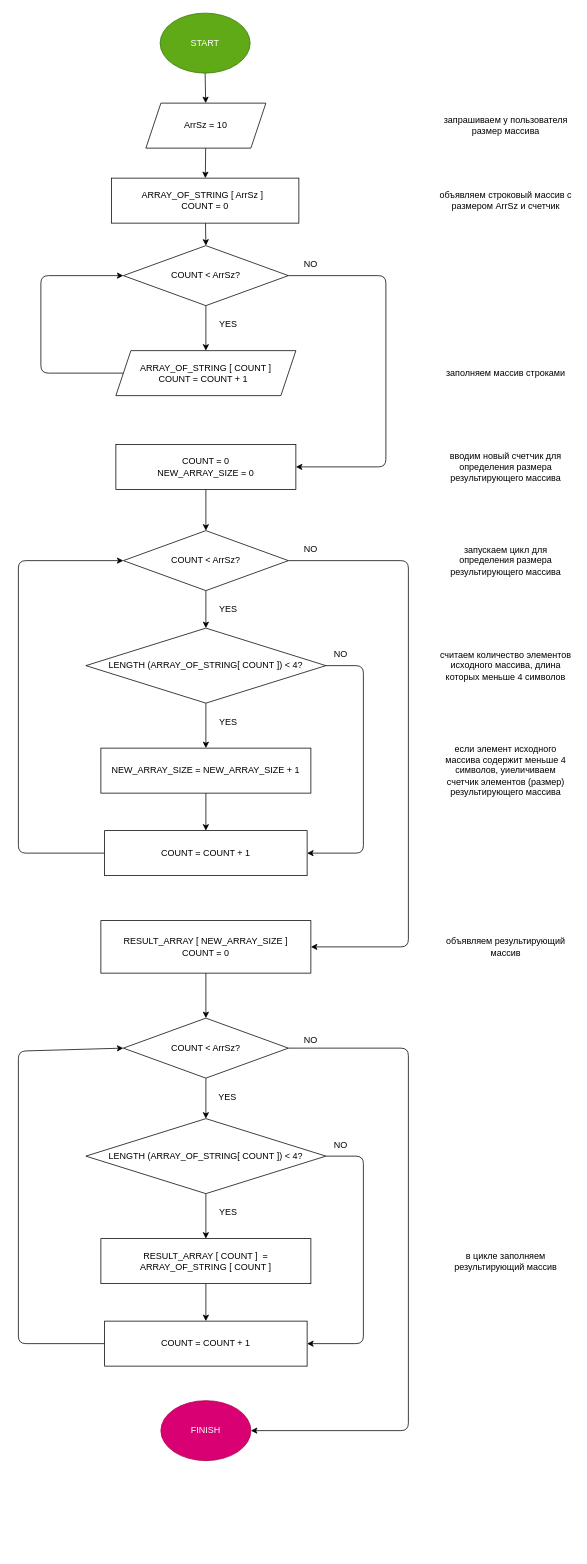
Earlier version of the draw.io diagram FirstBlock/block_schema.drawio (Valentin-V-Marinin/ControlWorks). Source tidied: cells renumbered, new cells numbered last; positions are measured from the earlier drawing's top-left corner, leaving out a move shared by most shapes. Both pictures are drawn from the tidied source at 75%, with x=0, y=0 at pixel (18, 13).
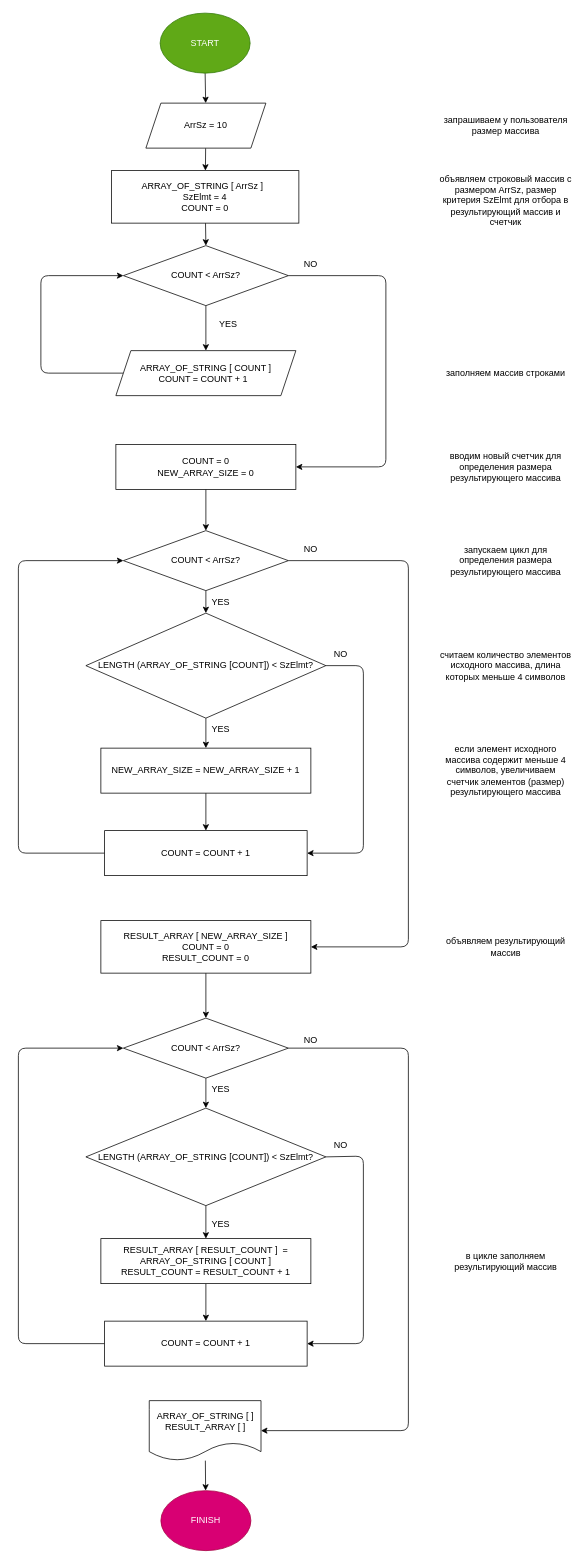
The same diagram, later.

Commit message:
Block_schema replace 'magic digit' by variable SzElmt, include output arrays

The change refers to these unchanged cells:
```xml
<mxCell id="32" value="COUNT &amp;lt; ArrSz?" style="rhombus;whiteSpace=wrap;html=1;" parent="1" vertex="1">
  <mxGeometry x="140" y="1340" width="220" height="80" as="geometry" />
</mxCell>
<mxCell id="39" value="COUNT = COUNT + 1" style="rounded=0;whiteSpace=wrap;html=1;" parent="1" vertex="1">
  <mxGeometry x="115" y="1744" width="270" height="60" as="geometry" />
</mxCell>
```

Change to the diagram source:
```diff
@@
-    <mxCell id="5" value="ARRAY_OF_STRING [ ArrSz&amp;nbsp;]&amp;nbsp;&amp;nbsp;&lt;br&gt;COUNT = 0" style="rounded=0;whiteSpace=wrap;html=1;" parent="1" vertex="1">
-      <mxGeometry x="124" y="220" width="250" height="60" as="geometry" />
+    <mxCell id="5" value="ARRAY_OF_STRING [ ArrSz&amp;nbsp;]&amp;nbsp;&amp;nbsp;&lt;br&gt;SzElmt = 4&lt;br&gt;COUNT = 0" style="rounded=0;whiteSpace=wrap;html=1;" parent="1" vertex="1">
+      <mxGeometry x="124" y="210" width="250" height="70" as="geometry" />
     </mxCell>
@@
-    <mxCell id="19" value="LENGTH (ARRAY_OF_STRING[ COUNT ]) &amp;lt; 4?" style="rhombus;whiteSpace=wrap;html=1;" parent="1" vertex="1">
-      <mxGeometry x="90" y="820" width="320" height="100" as="geometry" />
+    <mxCell id="19" value="LENGTH (ARRAY_OF_STRING [COUNT]) &amp;lt; SzElmt?" style="rhombus;whiteSpace=wrap;html=1;" parent="1" vertex="1">
+      <mxGeometry x="90" y="800" width="320" height="140" as="geometry" />
     </mxCell>
@@
     <mxCell id="24" value="YES" style="text;html=1;strokeColor=none;fillColor=none;align=center;verticalAlign=middle;whiteSpace=wrap;rounded=0;" parent="1" vertex="1">
-      <mxGeometry x="250" y="780" width="60" height="30" as="geometry" />
+      <mxGeometry x="240" y="770" width="60" height="30" as="geometry" />
     </mxCell>
     <mxCell id="25" value="YES" style="text;html=1;strokeColor=none;fillColor=none;align=center;verticalAlign=middle;whiteSpace=wrap;rounded=0;" parent="1" vertex="1">
-      <mxGeometry x="250" y="930" width="60" height="30" as="geometry" />
+      <mxGeometry x="240" y="940" width="60" height="30" as="geometry" />
     </mxCell>
@@
-    <mxCell id="28" value="RESULT_ARRAY [ NEW_ARRAY_SIZE ]&lt;br&gt;COUNT = 0" style="rounded=0;whiteSpace=wrap;html=1;" parent="1" vertex="1">
+    <mxCell id="28" value="RESULT_ARRAY [ NEW_ARRAY_SIZE ]&lt;br&gt;COUNT = 0&lt;br&gt;RESULT_COUNT = 0" style="rounded=0;whiteSpace=wrap;html=1;" parent="1" vertex="1">
       <mxGeometry x="110" y="1210" width="280" height="70" as="geometry" />
     </mxCell>
@@
-    <mxCell id="35" value="LENGTH (ARRAY_OF_STRING[ COUNT ]) &amp;lt; 4?" style="rhombus;whiteSpace=wrap;html=1;" parent="1" vertex="1">
-      <mxGeometry x="90" y="1474" width="320" height="100" as="geometry" />
+    <mxCell id="35" value="LENGTH (ARRAY_OF_STRING [COUNT]) &amp;lt; SzElmt?" style="rhombus;whiteSpace=wrap;html=1;" parent="1" vertex="1">
+      <mxGeometry x="90" y="1460" width="320" height="130" as="geometry" />
     </mxCell>
@@
-    <mxCell id="37" value="RESULT_ARRAY [ COUNT ]&amp;nbsp; = ARRAY_OF_STRING [ COUNT ]" style="rounded=0;whiteSpace=wrap;html=1;" parent="1" vertex="1">
+    <mxCell id="37" value="RESULT_ARRAY [ RESULT_COUNT&amp;nbsp;]&amp;nbsp; = ARRAY_OF_STRING [ COUNT ]&lt;br&gt;RESULT_COUNT = RESULT_COUNT + 1" style="rounded=0;whiteSpace=wrap;html=1;" parent="1" vertex="1">
       <mxGeometry x="110" y="1634" width="280" height="60" as="geometry" />
     </mxCell>
     <mxCell id="38" style="edgeStyle=none;html=1;exitX=0;exitY=0.5;exitDx=0;exitDy=0;entryX=0;entryY=0.5;entryDx=0;entryDy=0;" parent="1" edge="1" source="39" target="32">
       <mxGeometry relative="1" as="geometry">
         <Array as="points">
           <mxPoint y="1774" />
-          <mxPoint y="1384" />
+          <mxPoint y="1380" />
         </Array>
       </mxGeometry>
     </mxCell>
@@
     <mxCell id="40" value="YES" style="text;html=1;strokeColor=none;fillColor=none;align=center;verticalAlign=middle;whiteSpace=wrap;rounded=0;" parent="1" vertex="1">
-      <mxGeometry x="249" y="1430" width="60" height="30" as="geometry" />
+      <mxGeometry x="240" y="1420" width="60" height="30" as="geometry" />
     </mxCell>
     <mxCell id="41" value="YES" style="text;html=1;strokeColor=none;fillColor=none;align=center;verticalAlign=middle;whiteSpace=wrap;rounded=0;" parent="1" vertex="1">
-      <mxGeometry x="250" y="1584" width="60" height="30" as="geometry" />
+      <mxGeometry x="240" y="1600" width="60" height="30" as="geometry" />
     </mxCell>
@@
-    <mxCell id="44" style="edgeStyle=none;html=1;exitX=0;exitY=1;exitDx=0;exitDy=0;entryX=1;entryY=0.5;entryDx=0;entryDy=0;" parent="1" edge="1" target="45">
+    <mxCell id="44" style="edgeStyle=none;html=1;exitX=0;exitY=1;exitDx=0;exitDy=0;entryX=1;entryY=0.5;entryDx=0;entryDy=0;" parent="1" edge="1" target="58">
       <mxGeometry relative="1" as="geometry">
         <mxPoint x="360" y="1380" as="sourcePoint" />
         <Array as="points">
           <mxPoint x="520" y="1380" />
           <mxPoint x="520" y="1890" />
         </Array>
       </mxGeometry>
     </mxCell>
     <mxCell id="45" value="FINISH" style="ellipse;whiteSpace=wrap;html=1;fillColor=#d80073;fontColor=#ffffff;strokeColor=#A50040;" parent="1" vertex="1">
-      <mxGeometry x="190" y="1850" width="120" height="80" as="geometry" />
+      <mxGeometry x="190" y="1970" width="120" height="80" as="geometry" />
     </mxCell>
@@
-    <mxCell id="49" value="объявляем строковый массив с размером ArrSz и счетчик" style="text;html=1;strokeColor=none;fillColor=none;align=center;verticalAlign=middle;whiteSpace=wrap;rounded=0;" parent="1" vertex="1">
+    <mxCell id="49" value="объявляем строковый массив с размером ArrSz, размер критерия SzElmt для отбора в результирующий массив и счетчик" style="text;html=1;strokeColor=none;fillColor=none;align=center;verticalAlign=middle;whiteSpace=wrap;rounded=0;" parent="1" vertex="1">
       <mxGeometry x="560" y="235" width="180" height="30" as="geometry" />
     </mxCell>
@@
-    <mxCell id="53" value="если элемент исходного массива содержит меньше 4 символов, уиеличиваем счетчик элементов (размер) результирующего массива" style="text;html=1;strokeColor=none;fillColor=none;align=center;verticalAlign=middle;whiteSpace=wrap;rounded=0;" parent="1" vertex="1">
+    <mxCell id="53" value="если элемент исходного массива содержит меньше 4 символов, увеличиваем счетчик элементов (размер) результирующего массива" style="text;html=1;strokeColor=none;fillColor=none;align=center;verticalAlign=middle;whiteSpace=wrap;rounded=0;" parent="1" vertex="1">
       <mxGeometry x="560" y="995" width="180" height="30" as="geometry" />
     </mxCell>
@@
+    <mxCell id="57" style="edgeStyle=none;html=1;" parent="1" edge="1" source="58" target="45">
+      <mxGeometry relative="1" as="geometry" />
+    </mxCell>
+    <mxCell id="58" value="ARRAY_OF_STRING [ ]&lt;br&gt;RESULT_ARRAY [ ]" style="shape=document;whiteSpace=wrap;html=1;boundedLbl=1;" parent="1" vertex="1">
+      <mxGeometry x="174.5" y="1850" width="149" height="80" as="geometry" />
+    </mxCell>
```
